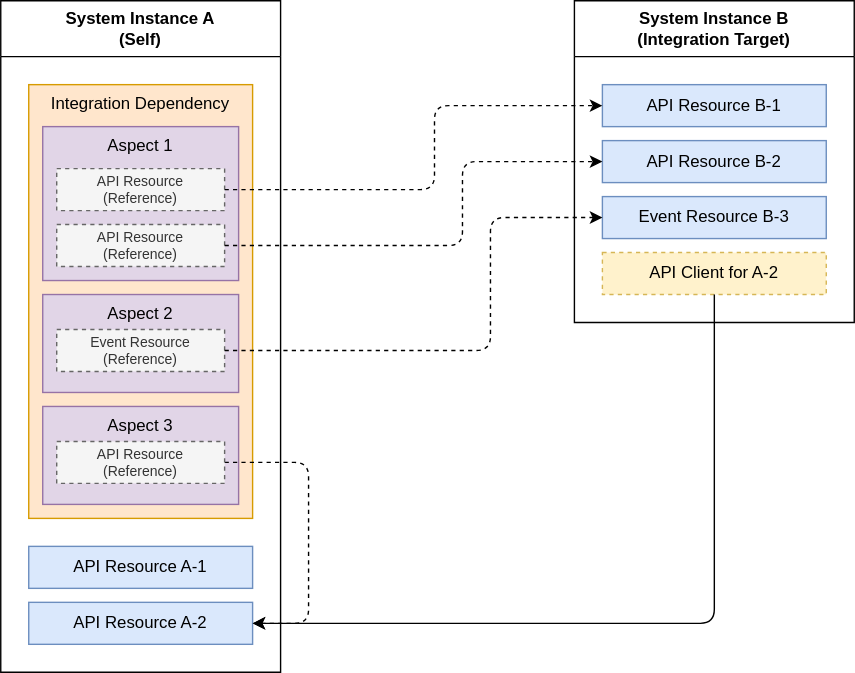
Above: specification/pr-224/img/integration-dependency.drawio.svg in open-resource-discovery/pr-preview (draw.io), before the change. Source tidied: cells renumbered, new cells last; positions are measured from the earlier drawing's top-left corner, leaving out a move shared by most shapes. The source it was exported from:
```xml
<mxGraphModel>
  <root>
    <mxCell id="0" />
    <mxCell id="1" parent="0" />
    <mxCell id="2" value="System Instance A&lt;br&gt;(Self)" style="swimlane;whiteSpace=wrap;html=1;startSize=40;" parent="1" vertex="1">
      <mxGeometry width="200" height="480" as="geometry" />
    </mxCell>
    <mxCell id="3" value="API Resource A-1" style="rounded=0;whiteSpace=wrap;html=1;fillColor=#dae8fc;strokeColor=#6c8ebf;" parent="2" vertex="1">
      <mxGeometry x="20" y="390" width="160" height="30" as="geometry" />
    </mxCell>
    <mxCell id="4" value="API Resource A-2" style="rounded=0;whiteSpace=wrap;html=1;fillColor=#dae8fc;strokeColor=#6c8ebf;" parent="2" vertex="1">
      <mxGeometry x="20" y="430" width="160" height="30" as="geometry" />
    </mxCell>
    <mxCell id="5" value="Integration Dependency" style="rounded=0;whiteSpace=wrap;html=1;verticalAlign=top;fillColor=#ffe6cc;strokeColor=#d79b00;" parent="2" vertex="1">
      <mxGeometry x="20" y="60" width="160" height="310" as="geometry" />
    </mxCell>
    <mxCell id="6" value="Aspect 1" style="rounded=0;whiteSpace=wrap;html=1;verticalAlign=top;fillColor=#e1d5e7;strokeColor=#9673a6;" parent="2" vertex="1">
      <mxGeometry x="30" y="90" width="140" height="110" as="geometry" />
    </mxCell>
    <mxCell id="7" value="Aspect 2" style="rounded=0;whiteSpace=wrap;html=1;verticalAlign=top;fillColor=#e1d5e7;strokeColor=#9673a6;" parent="2" vertex="1">
      <mxGeometry x="30" y="210" width="140" height="70" as="geometry" />
    </mxCell>
    <mxCell id="8" value="API Resource&amp;nbsp;&lt;br style=&quot;font-size: 10px;&quot;&gt;(Reference)" style="rounded=0;whiteSpace=wrap;html=1;dashed=1;fillColor=#f5f5f5;strokeColor=#666666;fontColor=#333333;fontSize=10;" parent="2" vertex="1">
      <mxGeometry x="40" y="120" width="120" height="30" as="geometry" />
    </mxCell>
    <mxCell id="9" value="API Resource&amp;nbsp;&lt;br style=&quot;border-color: var(--border-color); font-size: 10px;&quot;&gt;(Reference)" style="rounded=0;whiteSpace=wrap;html=1;dashed=1;fillColor=#f5f5f5;strokeColor=#666666;fontColor=#333333;fontSize=10;" parent="2" vertex="1">
      <mxGeometry x="40" y="160" width="120" height="30" as="geometry" />
    </mxCell>
    <mxCell id="10" value="Event Resource (Reference)" style="rounded=0;whiteSpace=wrap;html=1;dashed=1;fillColor=#f5f5f5;strokeColor=#666666;fontColor=#333333;fontSize=10;" parent="2" vertex="1">
      <mxGeometry x="40" y="235" width="120" height="30" as="geometry" />
    </mxCell>
    <mxCell id="11" value="Aspect 3" style="rounded=0;whiteSpace=wrap;html=1;verticalAlign=top;fillColor=#e1d5e7;strokeColor=#9673a6;" parent="2" vertex="1">
      <mxGeometry x="30" y="290" width="140" height="70" as="geometry" />
    </mxCell>
    <mxCell id="12" style="edgeStyle=none;html=1;entryX=1;entryY=0.5;entryDx=0;entryDy=0;dashed=1;" parent="2" edge="1" source="13" target="4">
      <mxGeometry relative="1" as="geometry">
        <Array as="points">
          <mxPoint x="220" y="330" />
          <mxPoint x="220" y="445" />
        </Array>
      </mxGeometry>
    </mxCell>
    <mxCell id="13" value="API Resource&amp;nbsp;&lt;br style=&quot;border-color: var(--border-color); font-size: 10px;&quot;&gt;(Reference)" style="rounded=0;whiteSpace=wrap;html=1;dashed=1;fillColor=#f5f5f5;strokeColor=#666666;fontColor=#333333;fontSize=10;" parent="2" vertex="1">
      <mxGeometry x="40" y="315" width="120" height="30" as="geometry" />
    </mxCell>
    <mxCell id="14" value="System Instance B &lt;br&gt;(Integration Target)" style="swimlane;whiteSpace=wrap;html=1;startSize=40;" parent="1" vertex="1">
      <mxGeometry x="410" width="200" height="230" as="geometry" />
    </mxCell>
    <mxCell id="15" value="API Resource B-1" style="rounded=0;whiteSpace=wrap;html=1;fillColor=#dae8fc;strokeColor=#6c8ebf;" parent="14" vertex="1">
      <mxGeometry x="20" y="60" width="160" height="30" as="geometry" />
    </mxCell>
    <mxCell id="16" value="API Resource B-2" style="rounded=0;whiteSpace=wrap;html=1;fillColor=#dae8fc;strokeColor=#6c8ebf;" parent="14" vertex="1">
      <mxGeometry x="20" y="100" width="160" height="30" as="geometry" />
    </mxCell>
    <mxCell id="17" value="Event Resource B-3" style="rounded=0;whiteSpace=wrap;html=1;fillColor=#dae8fc;strokeColor=#6c8ebf;" parent="14" vertex="1">
      <mxGeometry x="20" y="140" width="160" height="30" as="geometry" />
    </mxCell>
    <mxCell id="18" value="API Client for A-2" style="rounded=0;whiteSpace=wrap;html=1;fillColor=#fff2cc;strokeColor=#d6b656;dashed=1;" parent="14" vertex="1">
      <mxGeometry x="20" y="180" width="160" height="30" as="geometry" />
    </mxCell>
    <mxCell id="19" style="edgeStyle=none;html=1;entryX=0;entryY=0.5;entryDx=0;entryDy=0;dashed=1;" parent="1" edge="1" source="8" target="15">
      <mxGeometry relative="1" as="geometry">
        <Array as="points">
          <mxPoint x="310" y="135" />
          <mxPoint x="310" y="75" />
        </Array>
      </mxGeometry>
    </mxCell>
    <mxCell id="20" style="edgeStyle=none;html=1;entryX=0;entryY=0.5;entryDx=0;entryDy=0;dashed=1;" parent="1" edge="1" source="9" target="16">
      <mxGeometry relative="1" as="geometry">
        <Array as="points">
          <mxPoint x="330" y="175" />
          <mxPoint x="330" y="115" />
        </Array>
      </mxGeometry>
    </mxCell>
    <mxCell id="21" style="edgeStyle=none;html=1;entryX=0;entryY=0.5;entryDx=0;entryDy=0;dashed=1;" parent="1" edge="1" source="10" target="17">
      <mxGeometry relative="1" as="geometry">
        <Array as="points">
          <mxPoint x="350" y="250" />
          <mxPoint x="350" y="155" />
        </Array>
      </mxGeometry>
    </mxCell>
    <mxCell id="22" style="edgeStyle=none;html=1;entryX=1;entryY=0.5;entryDx=0;entryDy=0;" parent="1" edge="1" source="18" target="4">
      <mxGeometry relative="1" as="geometry">
        <Array as="points">
          <mxPoint x="510" y="445" />
        </Array>
      </mxGeometry>
    </mxCell>
  </root>
</mxGraphModel>
```
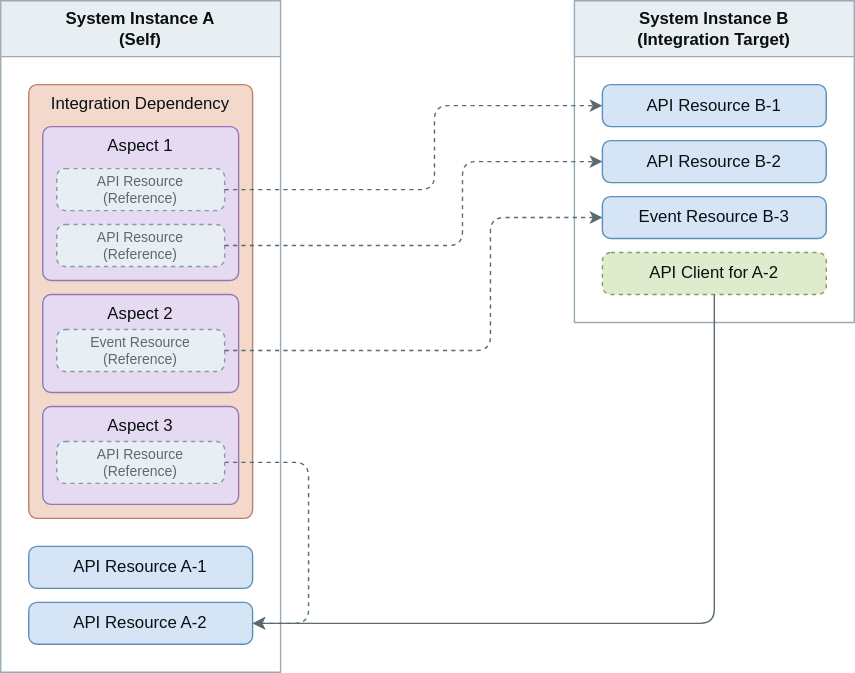
Above is the later version.

What changed in the source:
```diff
@@ -2,37 +2,37 @@
   <root>
     <mxCell id="0" />
     <mxCell id="1" parent="0" />
-    <mxCell id="2" value="System Instance A&lt;br&gt;(Self)" style="swimlane;whiteSpace=wrap;html=1;startSize=40;" parent="1" vertex="1">
+    <mxCell id="2" value="System Instance A&lt;br&gt;(Self)" style="swimlane;whiteSpace=wrap;html=1;startSize=40;fontColor=#25343e;fillColor=#e9eef3;swimlaneFillColor=#ffffff;strokeColor=#9aabb7;" parent="1" vertex="1">
       <mxGeometry width="200" height="480" as="geometry" />
     </mxCell>
-    <mxCell id="3" value="API Resource A-1" style="rounded=0;whiteSpace=wrap;html=1;fillColor=#dae8fc;strokeColor=#6c8ebf;" parent="2" vertex="1">
+    <mxCell id="3" value="API Resource A-1" style="rounded=1;whiteSpace=wrap;html=1;fillColor=#d5e5f6;strokeColor=#5c8fb9;fontColor=#0a0f12;arcSize=12;absoluteArcSize=1;" parent="2" vertex="1">
       <mxGeometry x="20" y="390" width="160" height="30" as="geometry" />
     </mxCell>
-    <mxCell id="4" value="API Resource A-2" style="rounded=0;whiteSpace=wrap;html=1;fillColor=#dae8fc;strokeColor=#6c8ebf;" parent="2" vertex="1">
+    <mxCell id="4" value="API Resource A-2" style="rounded=1;whiteSpace=wrap;html=1;fillColor=#d5e5f6;strokeColor=#5c8fb9;fontColor=#0a0f12;arcSize=12;absoluteArcSize=1;" parent="2" vertex="1">
       <mxGeometry x="20" y="430" width="160" height="30" as="geometry" />
     </mxCell>
-    <mxCell id="5" value="Integration Dependency" style="rounded=0;whiteSpace=wrap;html=1;verticalAlign=top;fillColor=#ffe6cc;strokeColor=#d79b00;" parent="2" vertex="1">
+    <mxCell id="5" value="Integration Dependency" style="rounded=1;whiteSpace=wrap;html=1;verticalAlign=top;fillColor=#f3d8cc;strokeColor=#bd8069;fontColor=#0a0f12;arcSize=12;absoluteArcSize=1;" parent="2" vertex="1">
       <mxGeometry x="20" y="60" width="160" height="310" as="geometry" />
     </mxCell>
-    <mxCell id="6" value="Aspect 1" style="rounded=0;whiteSpace=wrap;html=1;verticalAlign=top;fillColor=#e1d5e7;strokeColor=#9673a6;" parent="2" vertex="1">
+    <mxCell id="6" value="Aspect 1" style="rounded=1;whiteSpace=wrap;html=1;verticalAlign=top;fillColor=#e5daf1;strokeColor=#9676b3;fontColor=#0a0f12;arcSize=12;absoluteArcSize=1;" parent="2" vertex="1">
       <mxGeometry x="30" y="90" width="140" height="110" as="geometry" />
     </mxCell>
-    <mxCell id="7" value="Aspect 2" style="rounded=0;whiteSpace=wrap;html=1;verticalAlign=top;fillColor=#e1d5e7;strokeColor=#9673a6;" parent="2" vertex="1">
+    <mxCell id="7" value="Aspect 2" style="rounded=1;whiteSpace=wrap;html=1;verticalAlign=top;fillColor=#e5daf1;strokeColor=#9676b3;fontColor=#0a0f12;arcSize=12;absoluteArcSize=1;" parent="2" vertex="1">
       <mxGeometry x="30" y="210" width="140" height="70" as="geometry" />
     </mxCell>
-    <mxCell id="8" value="API Resource&amp;nbsp;&lt;br style=&quot;font-size: 10px;&quot;&gt;(Reference)" style="rounded=0;whiteSpace=wrap;html=1;dashed=1;fillColor=#f5f5f5;strokeColor=#666666;fontColor=#333333;fontSize=10;" parent="2" vertex="1">
+    <mxCell id="8" value="API Resource&amp;nbsp;&lt;br style=&quot;font-size: 10px;&quot;&gt;(Reference)" style="rounded=1;whiteSpace=wrap;html=1;dashed=1;fillColor=#e9eef3;strokeColor=#8799a6;fontColor=#5a6a73;fontSize=10;arcSize=12;absoluteArcSize=1;" parent="2" vertex="1">
       <mxGeometry x="40" y="120" width="120" height="30" as="geometry" />
     </mxCell>
-    <mxCell id="9" value="API Resource&amp;nbsp;&lt;br style=&quot;border-color: var(--border-color); font-size: 10px;&quot;&gt;(Reference)" style="rounded=0;whiteSpace=wrap;html=1;dashed=1;fillColor=#f5f5f5;strokeColor=#666666;fontColor=#333333;fontSize=10;" parent="2" vertex="1">
+    <mxCell id="9" value="API Resource&amp;nbsp;&lt;br style=&quot;border-color: var(--border-color); font-size: 10px;&quot;&gt;(Reference)" style="rounded=1;whiteSpace=wrap;html=1;dashed=1;fillColor=#e9eef3;strokeColor=#8799a6;fontColor=#5a6a73;fontSize=10;arcSize=12;absoluteArcSize=1;" parent="2" vertex="1">
       <mxGeometry x="40" y="160" width="120" height="30" as="geometry" />
     </mxCell>
-    <mxCell id="10" value="Event Resource (Reference)" style="rounded=0;whiteSpace=wrap;html=1;dashed=1;fillColor=#f5f5f5;strokeColor=#666666;fontColor=#333333;fontSize=10;" parent="2" vertex="1">
+    <mxCell id="10" value="Event Resource (Reference)" style="rounded=1;whiteSpace=wrap;html=1;dashed=1;fillColor=#e9eef3;strokeColor=#8799a6;fontColor=#5a6a73;fontSize=10;arcSize=12;absoluteArcSize=1;" parent="2" vertex="1">
       <mxGeometry x="40" y="235" width="120" height="30" as="geometry" />
     </mxCell>
-    <mxCell id="11" value="Aspect 3" style="rounded=0;whiteSpace=wrap;html=1;verticalAlign=top;fillColor=#e1d5e7;strokeColor=#9673a6;" parent="2" vertex="1">
+    <mxCell id="11" value="Aspect 3" style="rounded=1;whiteSpace=wrap;html=1;verticalAlign=top;fillColor=#e5daf1;strokeColor=#9676b3;fontColor=#0a0f12;arcSize=12;absoluteArcSize=1;" parent="2" vertex="1">
       <mxGeometry x="30" y="290" width="140" height="70" as="geometry" />
     </mxCell>
-    <mxCell id="12" style="edgeStyle=none;html=1;entryX=1;entryY=0.5;entryDx=0;entryDy=0;dashed=1;" parent="2" edge="1" source="13" target="4">
+    <mxCell id="12" style="edgeStyle=none;html=1;entryX=1;entryY=0.5;entryDx=0;entryDy=0;dashed=1;fontColor=#0a0f12;strokeColor=#5a6a73;" parent="2" edge="1" source="13" target="4">
       <mxGeometry relative="1" as="geometry">
         <Array as="points">
           <mxPoint x="220" y="330" />
@@ -40,25 +40,25 @@
         </Array>
       </mxGeometry>
     </mxCell>
-    <mxCell id="13" value="API Resource&amp;nbsp;&lt;br style=&quot;border-color: var(--border-color); font-size: 10px;&quot;&gt;(Reference)" style="rounded=0;whiteSpace=wrap;html=1;dashed=1;fillColor=#f5f5f5;strokeColor=#666666;fontColor=#333333;fontSize=10;" parent="2" vertex="1">
+    <mxCell id="13" value="API Resource&amp;nbsp;&lt;br style=&quot;border-color: var(--border-color); font-size: 10px;&quot;&gt;(Reference)" style="rounded=1;whiteSpace=wrap;html=1;dashed=1;fillColor=#e9eef3;strokeColor=#8799a6;fontColor=#5a6a73;fontSize=10;arcSize=12;absoluteArcSize=1;" parent="2" vertex="1">
       <mxGeometry x="40" y="315" width="120" height="30" as="geometry" />
     </mxCell>
-    <mxCell id="14" value="System Instance B &lt;br&gt;(Integration Target)" style="swimlane;whiteSpace=wrap;html=1;startSize=40;" parent="1" vertex="1">
+    <mxCell id="14" value="System Instance B &lt;br&gt;(Integration Target)" style="swimlane;whiteSpace=wrap;html=1;startSize=40;fontColor=#25343e;fillColor=#e9eef3;swimlaneFillColor=#ffffff;strokeColor=#9aabb7;" parent="1" vertex="1">
       <mxGeometry x="410" width="200" height="230" as="geometry" />
     </mxCell>
-    <mxCell id="15" value="API Resource B-1" style="rounded=0;whiteSpace=wrap;html=1;fillColor=#dae8fc;strokeColor=#6c8ebf;" parent="14" vertex="1">
+    <mxCell id="15" value="API Resource B-1" style="rounded=1;whiteSpace=wrap;html=1;fillColor=#d5e5f6;strokeColor=#5c8fb9;fontColor=#0a0f12;arcSize=12;absoluteArcSize=1;" parent="14" vertex="1">
       <mxGeometry x="20" y="60" width="160" height="30" as="geometry" />
     </mxCell>
-    <mxCell id="16" value="API Resource B-2" style="rounded=0;whiteSpace=wrap;html=1;fillColor=#dae8fc;strokeColor=#6c8ebf;" parent="14" vertex="1">
+    <mxCell id="16" value="API Resource B-2" style="rounded=1;whiteSpace=wrap;html=1;fillColor=#d5e5f6;strokeColor=#5c8fb9;fontColor=#0a0f12;arcSize=12;absoluteArcSize=1;" parent="14" vertex="1">
       <mxGeometry x="20" y="100" width="160" height="30" as="geometry" />
     </mxCell>
-    <mxCell id="17" value="Event Resource B-3" style="rounded=0;whiteSpace=wrap;html=1;fillColor=#dae8fc;strokeColor=#6c8ebf;" parent="14" vertex="1">
+    <mxCell id="17" value="Event Resource B-3" style="rounded=1;whiteSpace=wrap;html=1;fillColor=#d5e5f6;strokeColor=#5c8fb9;fontColor=#0a0f12;arcSize=12;absoluteArcSize=1;" parent="14" vertex="1">
       <mxGeometry x="20" y="140" width="160" height="30" as="geometry" />
     </mxCell>
-    <mxCell id="18" value="API Client for A-2" style="rounded=0;whiteSpace=wrap;html=1;fillColor=#fff2cc;strokeColor=#d6b656;dashed=1;" parent="14" vertex="1">
+    <mxCell id="18" value="API Client for A-2" style="rounded=1;whiteSpace=wrap;html=1;fillColor=#dfebcd;strokeColor=#829e5e;dashed=1;fontColor=#0a0f12;arcSize=12;absoluteArcSize=1;" parent="14" vertex="1">
       <mxGeometry x="20" y="180" width="160" height="30" as="geometry" />
     </mxCell>
-    <mxCell id="19" style="edgeStyle=none;html=1;entryX=0;entryY=0.5;entryDx=0;entryDy=0;dashed=1;" parent="1" edge="1" source="8" target="15">
+    <mxCell id="19" style="edgeStyle=none;html=1;entryX=0;entryY=0.5;entryDx=0;entryDy=0;dashed=1;fontColor=#0a0f12;strokeColor=#5a6a73;" parent="1" edge="1" source="8" target="15">
       <mxGeometry relative="1" as="geometry">
         <Array as="points">
           <mxPoint x="310" y="135" />
@@ -66,7 +66,7 @@
         </Array>
       </mxGeometry>
     </mxCell>
-    <mxCell id="20" style="edgeStyle=none;html=1;entryX=0;entryY=0.5;entryDx=0;entryDy=0;dashed=1;" parent="1" edge="1" source="9" target="16">
+    <mxCell id="20" style="edgeStyle=none;html=1;entryX=0;entryY=0.5;entryDx=0;entryDy=0;dashed=1;fontColor=#0a0f12;strokeColor=#5a6a73;" parent="1" edge="1" source="9" target="16">
       <mxGeometry relative="1" as="geometry">
         <Array as="points">
           <mxPoint x="330" y="175" />
@@ -74,7 +74,7 @@
         </Array>
       </mxGeometry>
     </mxCell>
-    <mxCell id="21" style="edgeStyle=none;html=1;entryX=0;entryY=0.5;entryDx=0;entryDy=0;dashed=1;" parent="1" edge="1" source="10" target="17">
+    <mxCell id="21" style="edgeStyle=none;html=1;entryX=0;entryY=0.5;entryDx=0;entryDy=0;dashed=1;fontColor=#0a0f12;strokeColor=#5a6a73;" parent="1" edge="1" source="10" target="17">
       <mxGeometry relative="1" as="geometry">
         <Array as="points">
           <mxPoint x="350" y="250" />
@@ -82,7 +82,7 @@
         </Array>
       </mxGeometry>
     </mxCell>
-    <mxCell id="22" style="edgeStyle=none;html=1;entryX=1;entryY=0.5;entryDx=0;entryDy=0;" parent="1" edge="1" source="18" target="4">
+    <mxCell id="22" style="edgeStyle=none;html=1;entryX=1;entryY=0.5;entryDx=0;entryDy=0;fontColor=#0a0f12;strokeColor=#5a6a73;" parent="1" edge="1" source="18" target="4">
       <mxGeometry relative="1" as="geometry">
         <Array as="points">
           <mxPoint x="510" y="445" />
```
